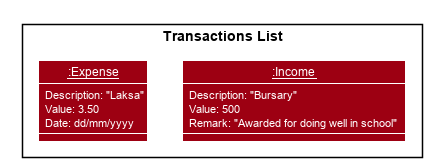
This is images/add-transaction/AddTransaction2.png from AY1920S1-CS2103T-W12-2/main, a PlantUML export, as it was before one commit. The source it was exported from:
```plantuml
@startuml









skinparam BackgroundColor #FFFFFFF

skinparam Shadowing false

skinparam Class {
    FontColor #FFFFFF
    BorderThickness 1
    BorderColor #FFFFFF
    StereotypeFontColor #FFFFFF
    FontName Arial
}

skinparam Actor {
    BorderColor #000000
    Color #000000
    FontName Arial
}

skinparam Sequence {
    MessageAlign center
    BoxFontSize 15
    BoxPadding 0
    BoxFontColor #FFFFFF
    FontName Arial
}

skinparam Participant {
    FontColor #FFFFFFF
    Padding 20
}

skinparam MinClassWidth 50
skinparam ParticipantPadding 10
skinparam Shadowing false
skinparam DefaultTextAlignment center
skinparam packageStyle Rectangle

hide footbox
hide members
hide circle

skinparam arrowThickness 1.1
skinparam arrowColor #9D0012
skinparam classBackgroundColor #9D0012

package "Transactions List" {
    class transaction1 as "__:Income__" {
        <color:#white>Description: "Bursary"
        <color:#white>Value: 500
        <color:#white>Remark: "Awarded for doing well in school"
    }
    class transaction2 as "__:Expense__" {
        <color:#white>Description: "Laksa"
        <color:#white>Value: 3.50
        <color:#white>Date: dd/mm/yyyy
    }
}

transaction1 -[hidden]left- transaction2
show members
@enduml
```
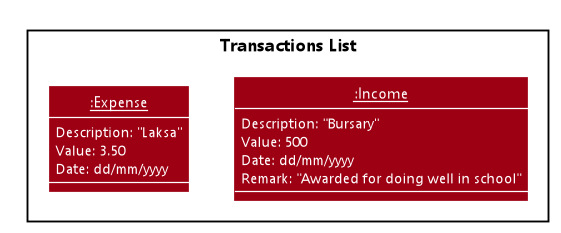
The same file after the commit.

Diff of the diagram source:
```diff
@@ -12,18 +12,23 @@
 
 skinparam Shadowing false
 
+skinparam MinClassWidth 50
+skinparam ParticipantPadding 10
+skinparam DefaultTextAlignment center
+skinparam packageStyle Rectangle
+
+skinparam defaultFontName Segoe UI
+
 skinparam Class {
     FontColor #FFFFFF
     BorderThickness 1
     BorderColor #FFFFFF
     StereotypeFontColor #FFFFFF
-    FontName Arial
 }
 
 skinparam Actor {
     BorderColor #000000
     Color #000000
-    FontName Arial
 }
 
 skinparam Sequence {
@@ -31,7 +36,6 @@
     BoxFontSize 15
     BoxPadding 0
     BoxFontColor #FFFFFF
-    FontName Arial
 }
 
 skinparam Participant {
@@ -39,11 +43,6 @@
     Padding 20
 }
 
-skinparam MinClassWidth 50
-skinparam ParticipantPadding 10
-skinparam Shadowing false
-skinparam DefaultTextAlignment center
-skinparam packageStyle Rectangle
 
 hide footbox
 hide members
@@ -57,6 +56,7 @@
     class transaction1 as "__:Income__" {
         <color:#white>Description: "Bursary"
         <color:#white>Value: 500
+        <color:#white>Date: dd/mm/yyyy
         <color:#white>Remark: "Awarded for doing well in school"
     }
     class transaction2 as "__:Expense__" {
```
